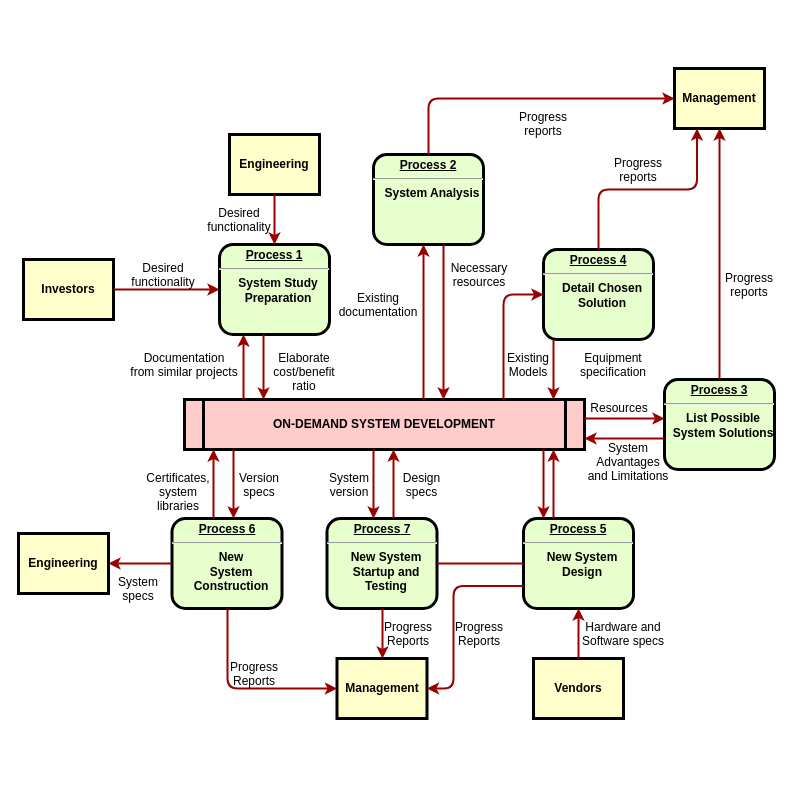
Earlier version of the draw.io diagram Untitled Diagram.drawio (penzance-jshan/test). Source tidied: cells renumbered, new cells numbered last; positions are measured from the earlier drawing's top-left corner, leaving out a move shared by most shapes. Both pictures are drawn from the tidied source at 100%, with x=0, y=0 at pixel (18, 68).
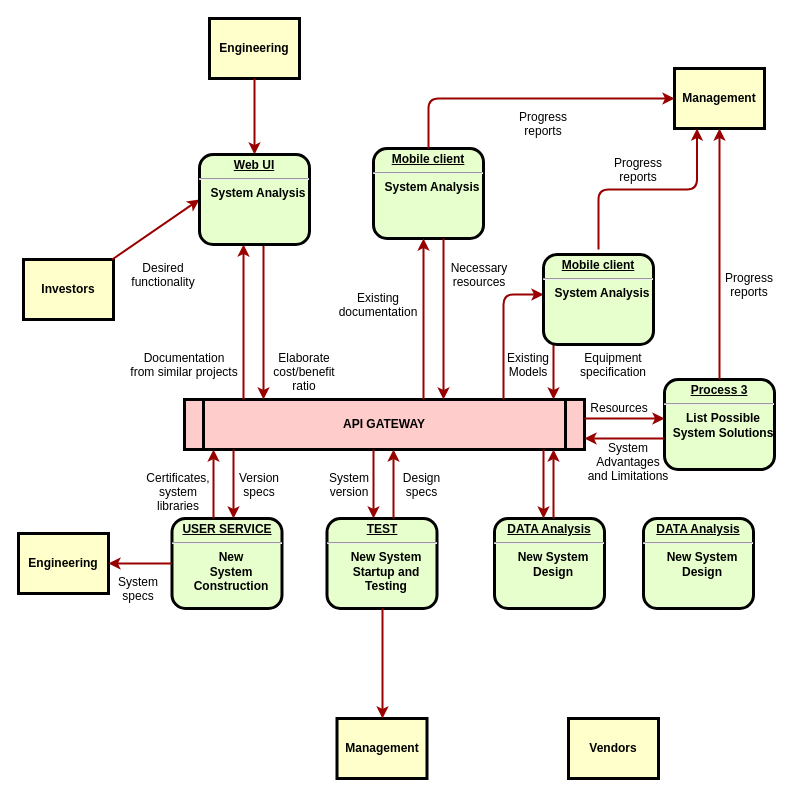
The same page after the edit.

The change refers to these unchanged cells:
```xml
<mxCell id="4" value="Investors" style="whiteSpace=wrap;align=center;verticalAlign=middle;fontStyle=1;strokeWidth=3;fillColor=#FFFFCC;" parent="1" vertex="1">
  <mxGeometry x="5" y="191" width="90" height="60" as="geometry" />
</mxCell>
<mxCell id="11" value="Management" style="whiteSpace=wrap;align=center;verticalAlign=middle;fontStyle=1;strokeWidth=3;fillColor=#FFFFCC;" parent="1" vertex="1">
  <mxGeometry x="656" width="90" height="60" as="geometry" />
</mxCell>
```

What changed in the source:
```diff
@@
-    <mxCell id="2" value="&lt;p style=&quot;margin: 0px; margin-top: 4px; text-align: center; text-decoration: underline;&quot;&gt;&lt;strong&gt;Process 1&lt;br /&gt;&lt;/strong&gt;&lt;/p&gt;&lt;hr /&gt;&lt;p style=&quot;margin: 0px; margin-left: 8px;&quot;&gt;System Study&lt;/p&gt;&lt;p style=&quot;margin: 0px; margin-left: 8px;&quot;&gt;Preparation&lt;/p&gt;" style="verticalAlign=middle;align=center;overflow=fill;fontSize=12;fontFamily=Helvetica;html=1;rounded=1;fontStyle=1;strokeWidth=3;fillColor=#E6FFCC;" parent="1" vertex="1">
-      <mxGeometry x="201" y="176" width="110" height="90" as="geometry" />
-    </mxCell>
     <mxCell id="3" value="Engineering" style="whiteSpace=wrap;align=center;verticalAlign=middle;fontStyle=1;strokeWidth=3;fillColor=#FFFFCC;" parent="1" vertex="1">
-      <mxGeometry x="211" y="66" width="90" height="60" as="geometry" />
+      <mxGeometry x="191" y="-50" width="90" height="60" as="geometry" />
     </mxCell>
@@
-    <mxCell id="5" value="ON-DEMAND SYSTEM DEVELOPMENT" style="shape=process;whiteSpace=wrap;align=center;verticalAlign=middle;size=0.0475;fontStyle=1;strokeWidth=3;fillColor=#FFCCCC;" parent="1" vertex="1">
+    <mxCell id="5" value="API GATEWAY" style="shape=process;whiteSpace=wrap;align=center;verticalAlign=middle;size=0.0475;fontStyle=1;strokeWidth=3;fillColor=#FFCCCC;" parent="1" vertex="1">
       <mxGeometry x="166" y="331" width="400" height="50" as="geometry" />
     </mxCell>
-    <mxCell id="6" value="&lt;p style=&quot;margin: 0px; margin-top: 4px; text-align: center; text-decoration: underline;&quot;&gt;&lt;strong&gt;Process 2&lt;br /&gt;&lt;/strong&gt;&lt;/p&gt;&lt;hr /&gt;&lt;p style=&quot;margin: 0px; margin-left: 8px;&quot;&gt;System Analysis&lt;/p&gt;" style="verticalAlign=middle;align=center;overflow=fill;fontSize=12;fontFamily=Helvetica;html=1;rounded=1;fontStyle=1;strokeWidth=3;fillColor=#E6FFCC;" parent="1" vertex="1">
-      <mxGeometry x="355" y="86" width="110" height="90" as="geometry" />
+    <mxCell id="6" value="&lt;p style=&quot;margin: 0px ; margin-top: 4px ; text-align: center ; text-decoration: underline&quot;&gt;&lt;strong&gt;Mobile client&lt;/strong&gt;&lt;/p&gt;&lt;hr&gt;&lt;p style=&quot;margin: 0px ; margin-left: 8px&quot;&gt;System Analysis&lt;/p&gt;" style="verticalAlign=middle;align=center;overflow=fill;fontSize=12;fontFamily=Helvetica;html=1;rounded=1;fontStyle=1;strokeWidth=3;fillColor=#E6FFCC;" parent="1" vertex="1">
+      <mxGeometry x="355" y="80" width="110" height="90" as="geometry" />
     </mxCell>
@@
-    <mxCell id="8" value="&lt;p style=&quot;margin: 0px; margin-top: 4px; text-align: center; text-decoration: underline;&quot;&gt;&lt;strong&gt;&lt;strong&gt;Process&lt;/strong&gt; 4&lt;br /&gt;&lt;/strong&gt;&lt;/p&gt;&lt;hr /&gt;&lt;p style=&quot;margin: 0px; margin-left: 8px;&quot;&gt;Detail Chosen&lt;/p&gt;&lt;p style=&quot;margin: 0px; margin-left: 8px;&quot;&gt;Solution&lt;/p&gt;" style="verticalAlign=middle;align=center;overflow=fill;fontSize=12;fontFamily=Helvetica;html=1;rounded=1;fontStyle=1;strokeWidth=3;fillColor=#E6FFCC;" parent="1" vertex="1">
-      <mxGeometry x="525" y="181" width="110" height="90" as="geometry" />
-    </mxCell>
-    <mxCell id="9" value="&lt;p style=&quot;margin: 0px; margin-top: 4px; text-align: center; text-decoration: underline;&quot;&gt;&lt;strong&gt;&lt;strong&gt;Process&lt;/strong&gt; 5&lt;br /&gt;&lt;/strong&gt;&lt;/p&gt;&lt;hr /&gt;&lt;p style=&quot;margin: 0px; margin-left: 8px;&quot;&gt;New System&lt;/p&gt;&lt;p style=&quot;margin: 0px; margin-left: 8px;&quot;&gt;Design&lt;/p&gt;" style="verticalAlign=middle;align=center;overflow=fill;fontSize=12;fontFamily=Helvetica;html=1;rounded=1;fontStyle=1;strokeWidth=3;fillColor=#E6FFCC;" parent="1" vertex="1">
-      <mxGeometry x="505" y="450" width="110" height="90" as="geometry" />
+    <mxCell id="9" value="&lt;p style=&quot;margin: 0px ; margin-top: 4px ; text-align: center ; text-decoration: underline&quot;&gt;&lt;strong&gt;DATA Analysis&lt;/strong&gt;&lt;/p&gt;&lt;hr&gt;&lt;p style=&quot;margin: 0px ; margin-left: 8px&quot;&gt;New System&lt;/p&gt;&lt;p style=&quot;margin: 0px ; margin-left: 8px&quot;&gt;Design&lt;/p&gt;" style="verticalAlign=middle;align=center;overflow=fill;fontSize=12;fontFamily=Helvetica;html=1;rounded=1;fontStyle=1;strokeWidth=3;fillColor=#E6FFCC;" parent="1" vertex="1">
+      <mxGeometry x="476" y="450" width="110" height="90" as="geometry" />
     </mxCell>
-    <mxCell id="10" value="&lt;p style=&quot;margin: 0px; margin-top: 4px; text-align: center; text-decoration: underline;&quot;&gt;&lt;strong&gt;&lt;strong&gt;Process&lt;/strong&gt; 6&lt;br /&gt;&lt;/strong&gt;&lt;/p&gt;&lt;hr /&gt;&lt;p style=&quot;margin: 0px; margin-left: 8px;&quot;&gt;New&lt;/p&gt;&lt;p style=&quot;margin: 0px; margin-left: 8px;&quot;&gt;System&lt;/p&gt;&lt;p style=&quot;margin: 0px; margin-left: 8px;&quot;&gt;Construction&lt;/p&gt;" style="verticalAlign=middle;align=center;overflow=fill;fontSize=12;fontFamily=Helvetica;html=1;rounded=1;fontStyle=1;strokeWidth=3;fillColor=#E6FFCC;" parent="1" vertex="1">
+    <mxCell id="10" value="&lt;p style=&quot;margin: 0px ; margin-top: 4px ; text-align: center ; text-decoration: underline&quot;&gt;&lt;strong&gt;USER SERVICE&lt;/strong&gt;&lt;/p&gt;&lt;hr&gt;&lt;p style=&quot;margin: 0px ; margin-left: 8px&quot;&gt;New&lt;/p&gt;&lt;p style=&quot;margin: 0px ; margin-left: 8px&quot;&gt;System&lt;/p&gt;&lt;p style=&quot;margin: 0px ; margin-left: 8px&quot;&gt;Construction&lt;/p&gt;" style="verticalAlign=middle;align=center;overflow=fill;fontSize=12;fontFamily=Helvetica;html=1;rounded=1;fontStyle=1;strokeWidth=3;fillColor=#E6FFCC;" parent="1" vertex="1">
       <mxGeometry x="153.5" y="450" width="110" height="90" as="geometry" />
     </mxCell>
@@
     <mxCell id="12" value="Management" style="whiteSpace=wrap;align=center;verticalAlign=middle;fontStyle=1;strokeWidth=3;fillColor=#FFFFCC;" parent="1" vertex="1">
-      <mxGeometry x="318.5" y="590" width="90" height="60" as="geometry" />
+      <mxGeometry x="318.5" y="650" width="90" height="60" as="geometry" />
     </mxCell>
@@
     <mxCell id="14" value="Vendors" style="whiteSpace=wrap;align=center;verticalAlign=middle;fontStyle=1;strokeWidth=3;fillColor=#FFFFCC;" parent="1" vertex="1">
-      <mxGeometry x="515" y="590" width="90" height="60" as="geometry" />
+      <mxGeometry x="550" y="650" width="90" height="60" as="geometry" />
     </mxCell>
-    <mxCell id="15" style="edgeStyle=none;noEdgeStyle=1;strokeColor=#990000;strokeWidth=2;" parent="1" edge="1" source="3" target="2">
+    <mxCell id="15" style="edgeStyle=none;noEdgeStyle=1;strokeColor=#990000;strokeWidth=2;entryX=0.5;entryY=0;entryDx=0;entryDy=0;" parent="1" edge="1" source="3" target="63">
       <mxGeometry relative="1" as="geometry" />
     </mxCell>
-    <mxCell id="16" style="edgeStyle=none;noEdgeStyle=1;strokeColor=#990000;strokeWidth=2;" parent="1" edge="1" source="4" target="2">
+    <mxCell id="16" style="edgeStyle=none;noEdgeStyle=1;strokeColor=#990000;strokeWidth=2;entryX=0;entryY=0.5;entryDx=0;entryDy=0;" parent="1" edge="1" source="4" target="63">
       <mxGeometry relative="1" as="geometry" />
     </mxCell>
-    <mxCell id="17" value="&lt;p style=&quot;margin: 0px; margin-top: 4px; text-align: center; text-decoration: underline;&quot;&gt;&lt;strong&gt;&lt;strong&gt;Process&lt;/strong&gt; 7&lt;br /&gt;&lt;/strong&gt;&lt;/p&gt;&lt;hr /&gt;&lt;p style=&quot;margin: 0px; margin-left: 8px;&quot;&gt;New System&lt;/p&gt;&lt;p style=&quot;margin: 0px; margin-left: 8px;&quot;&gt;Startup and&lt;/p&gt;&lt;p style=&quot;margin: 0px; margin-left: 8px;&quot;&gt;Testing&lt;/p&gt;" style="verticalAlign=middle;align=center;overflow=fill;fontSize=12;fontFamily=Helvetica;html=1;rounded=1;fontStyle=1;strokeWidth=3;fillColor=#E6FFCC;" parent="1" vertex="1">
+    <mxCell id="17" value="&lt;p style=&quot;margin: 0px ; margin-top: 4px ; text-align: center ; text-decoration: underline&quot;&gt;&lt;strong&gt;TEST&lt;/strong&gt;&lt;/p&gt;&lt;hr&gt;&lt;p style=&quot;margin: 0px ; margin-left: 8px&quot;&gt;New System&lt;/p&gt;&lt;p style=&quot;margin: 0px ; margin-left: 8px&quot;&gt;Startup and&lt;/p&gt;&lt;p style=&quot;margin: 0px ; margin-left: 8px&quot;&gt;Testing&lt;/p&gt;" style="verticalAlign=middle;align=center;overflow=fill;fontSize=12;fontFamily=Helvetica;html=1;rounded=1;fontStyle=1;strokeWidth=3;fillColor=#E6FFCC;" parent="1" vertex="1">
       <mxGeometry x="308.5" y="450" width="110" height="90" as="geometry" />
     </mxCell>
-    <mxCell id="18" style="endArrow=none;noEdgeStyle=1;strokeColor=#990000;strokeWidth=2;" parent="1" edge="1" source="9" target="17">
-      <mxGeometry relative="1" as="geometry" />
-    </mxCell>
@@
-    <mxCell id="20" value="Desired &#10;functionality" style="text;spacingTop=-5;align=center;" parent="1" vertex="1">
-      <mxGeometry x="206" y="136" width="30" height="20" as="geometry" />
-    </mxCell>
@@
-    <mxCell id="22" style="edgeStyle=elbowEdgeStyle;elbow=horizontal;strokeColor=#990000;strokeWidth=2;" parent="1" edge="1" source="5" target="2">
+    <mxCell id="22" style="edgeStyle=elbowEdgeStyle;elbow=horizontal;strokeColor=#990000;strokeWidth=2;" parent="1" edge="1" source="5">
       <mxGeometry relative="1" as="geometry">
+        <mxPoint x="225" y="176" as="targetPoint" />
         <Array as="points">
           <mxPoint x="225" y="310" />
         </Array>
       </mxGeometry>
     </mxCell>
-    <mxCell id="23" style="edgeStyle=elbowEdgeStyle;elbow=horizontal;strokeColor=#990000;strokeWidth=2;" parent="1" edge="1" source="2" target="5">
+    <mxCell id="23" style="edgeStyle=elbowEdgeStyle;elbow=horizontal;strokeColor=#990000;strokeWidth=2;" parent="1" edge="1" target="5">
       <mxGeometry relative="1" as="geometry">
+        <mxPoint x="245" y="176" as="sourcePoint" />
         <Array as="points">
           <mxPoint x="245" y="300" />
         </Array>
       </mxGeometry>
     </mxCell>
@@
-    <mxCell id="33" style="edgeStyle=elbowEdgeStyle;elbow=vertical;entryX=0.25;entryY=1;strokeColor=#990000;strokeWidth=2;" parent="1" edge="1" source="8" target="11">
-      <mxGeometry relative="1" as="geometry" />
+    <mxCell id="33" style="edgeStyle=elbowEdgeStyle;elbow=vertical;entryX=0.25;entryY=1;strokeColor=#990000;strokeWidth=2;" parent="1" edge="1" target="11">
+      <mxGeometry relative="1" as="geometry">
+        <mxPoint x="580" y="181" as="sourcePoint" />
+      </mxGeometry>
     </mxCell>
@@
-    <mxCell id="35" style="edgeStyle=elbowEdgeStyle;elbow=horizontal;strokeColor=#990000;strokeWidth=2;" parent="1" edge="1" source="8" target="5">
+    <mxCell id="35" style="edgeStyle=elbowEdgeStyle;elbow=horizontal;strokeColor=#990000;strokeWidth=2;" parent="1" edge="1" target="5">
       <mxGeometry relative="1" as="geometry">
+        <mxPoint x="535" y="271" as="sourcePoint" />
         <Array as="points">
           <mxPoint x="535" y="300" />
         </Array>
       </mxGeometry>
     </mxCell>
-    <mxCell id="36" style="edgeStyle=segmentEdgeStyle;strokeColor=#990000;strokeWidth=2;" parent="1" edge="1" source="5" target="8">
+    <mxCell id="36" style="edgeStyle=segmentEdgeStyle;strokeColor=#990000;strokeWidth=2;" parent="1" edge="1" source="5">
       <mxGeometry relative="1" as="geometry">
+        <mxPoint x="525" y="226" as="targetPoint" />
         <Array as="points">
           <mxPoint x="485" y="226" />
         </Array>
       </mxGeometry>
     </mxCell>
@@
-    <mxCell id="45" style="edgeStyle=elbowEdgeStyle;elbow=horizontal;strokeColor=#990000;strokeWidth=2;" parent="1" edge="1" source="14" target="9">
-      <mxGeometry relative="1" as="geometry" />
-    </mxCell>
-    <mxCell id="46" value="Hardware and&#10;Software specs" style="text;spacingTop=-5;align=center;" parent="1" vertex="1">
-      <mxGeometry x="590" y="550" width="30" height="20" as="geometry" />
-    </mxCell>
-    <mxCell id="47" style="edgeStyle=elbowEdgeStyle;elbow=horizontal;exitX=0;exitY=0.75;strokeColor=#990000;strokeWidth=2;" parent="1" edge="1" source="9" target="12">
-      <mxGeometry relative="1" as="geometry">
-        <Array as="points">
-          <mxPoint x="435" y="570" />
-        </Array>
-      </mxGeometry>
-    </mxCell>
-    <mxCell id="48" value="Progress&#10;Reports" style="text;spacingTop=-5;align=center;" parent="1" vertex="1">
-      <mxGeometry x="446" y="550" width="30" height="20" as="geometry" />
-    </mxCell>
@@
-    <mxCell id="50" value="Progress&#10;Reports" style="text;spacingTop=-5;align=center;" parent="1" vertex="1">
-      <mxGeometry x="375" y="550" width="30" height="20" as="geometry" />
-    </mxCell>
-    <mxCell id="51" style="edgeStyle=elbowEdgeStyle;elbow=horizontal;strokeColor=#990000;strokeWidth=2;" parent="1" edge="1" source="10" target="12">
-      <mxGeometry relative="1" as="geometry">
-        <Array as="points">
-          <mxPoint x="209" y="570" />
-        </Array>
-      </mxGeometry>
-    </mxCell>
-    <mxCell id="52" value="Progress&#10;Reports" style="text;spacingTop=-5;align=center;" parent="1" vertex="1">
-      <mxGeometry x="221" y="590" width="30" height="20" as="geometry" />
-    </mxCell>
@@
+    <mxCell id="63" value="&lt;p style=&quot;margin: 0px ; margin-top: 4px ; text-align: center ; text-decoration: underline&quot;&gt;&lt;strong&gt;Web UI&lt;/strong&gt;&lt;/p&gt;&lt;hr&gt;&lt;p style=&quot;margin: 0px ; margin-left: 8px&quot;&gt;System Analysis&lt;/p&gt;" style="verticalAlign=middle;align=center;overflow=fill;fontSize=12;fontFamily=Helvetica;html=1;rounded=1;fontStyle=1;strokeWidth=3;fillColor=#E6FFCC;" parent="1" vertex="1">
+      <mxGeometry x="181" y="86" width="110" height="90" as="geometry" />
+    </mxCell>
+    <mxCell id="64" value="&lt;p style=&quot;margin: 0px ; margin-top: 4px ; text-align: center ; text-decoration: underline&quot;&gt;&lt;strong&gt;Mobile client&lt;/strong&gt;&lt;/p&gt;&lt;hr&gt;&lt;p style=&quot;margin: 0px ; margin-left: 8px&quot;&gt;System Analysis&lt;/p&gt;" style="verticalAlign=middle;align=center;overflow=fill;fontSize=12;fontFamily=Helvetica;html=1;rounded=1;fontStyle=1;strokeWidth=3;fillColor=#E6FFCC;" parent="1" vertex="1">
+      <mxGeometry x="525" y="186" width="110" height="90" as="geometry" />
+    </mxCell>
+    <mxCell id="65" value="&lt;p style=&quot;margin: 0px ; margin-top: 4px ; text-align: center ; text-decoration: underline&quot;&gt;&lt;strong&gt;DATA Analysis&lt;/strong&gt;&lt;/p&gt;&lt;hr&gt;&lt;p style=&quot;margin: 0px ; margin-left: 8px&quot;&gt;New System&lt;/p&gt;&lt;p style=&quot;margin: 0px ; margin-left: 8px&quot;&gt;Design&lt;/p&gt;" style="verticalAlign=middle;align=center;overflow=fill;fontSize=12;fontFamily=Helvetica;html=1;rounded=1;fontStyle=1;strokeWidth=3;fillColor=#E6FFCC;" parent="1" vertex="1">
+      <mxGeometry x="625" y="450" width="110" height="90" as="geometry" />
+    </mxCell>
```
